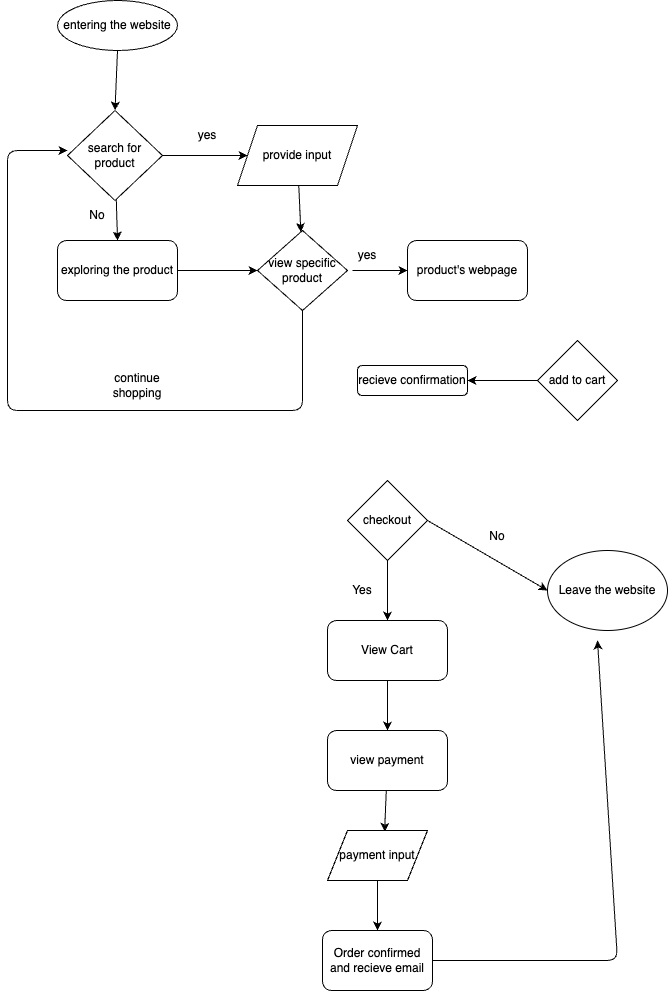
Earlier version of the draw.io export explore/diagramming/diagram.drawio.png (Mominahabibi19/sp24-cse110-lab4). Source tidied: cells renumbered, new cells last; positions are measured from the earlier drawing's top-left corner, leaving out a move shared by most shapes.
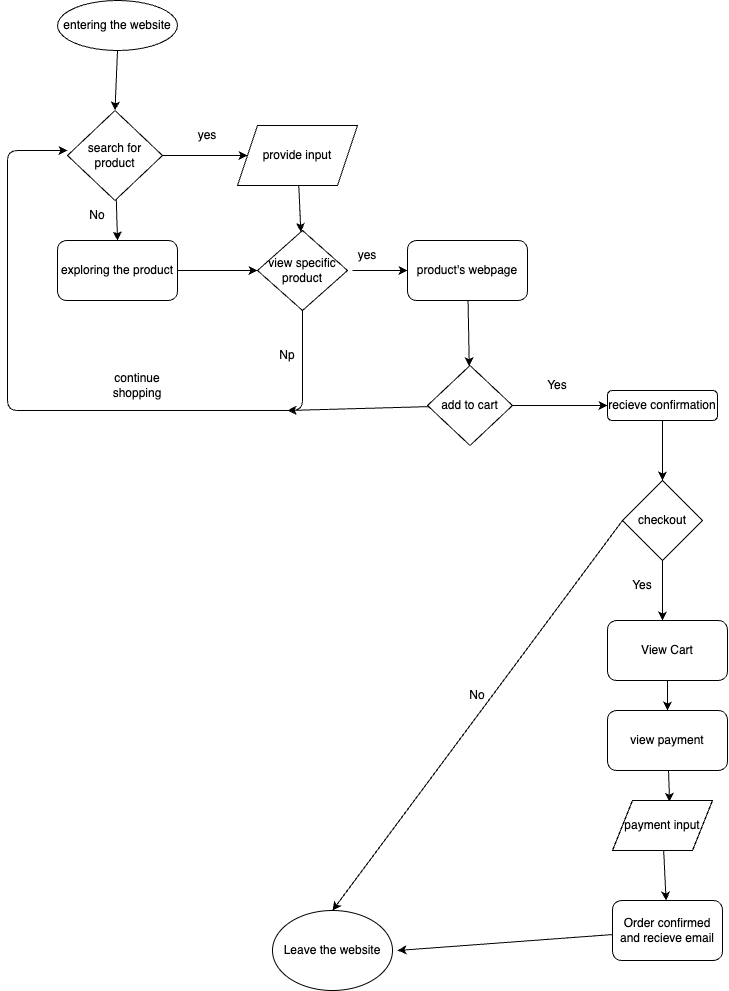
The same file after the commit.

Change to the diagram source:
```diff
@@ -57,8 +57,13 @@
     <mxCell id="16" style="edgeStyle=none;html=1;" parent="1" edge="1" source="17" target="20">
       <mxGeometry relative="1" as="geometry" />
     </mxCell>
+    <mxCell id="37" style="edgeStyle=none;html=1;" parent="1" edge="1" source="17">
+      <mxGeometry relative="1" as="geometry">
+        <mxPoint x="280" y="410" as="targetPoint" />
+      </mxGeometry>
+    </mxCell>
     <mxCell id="17" value="add to cart" style="rhombus;whiteSpace=wrap;html=1;" parent="1" vertex="1">
-      <mxGeometry x="530" y="340" width="80" height="80" as="geometry" />
+      <mxGeometry x="420" y="365" width="85" height="80" as="geometry" />
     </mxCell>
     <mxCell id="18" style="edgeStyle=none;html=1;exitX=0.25;exitY=1;exitDx=0;exitDy=0;" parent="1" edge="1" source="19">
       <mxGeometry relative="1" as="geometry">
@@ -68,61 +73,72 @@
     <mxCell id="19" value="yes" style="text;html=1;strokeColor=none;fillColor=none;align=center;verticalAlign=middle;whiteSpace=wrap;rounded=0;" parent="1" vertex="1">
       <mxGeometry x="330" y="240" width="60" height="30" as="geometry" />
     </mxCell>
+    <mxCell id="38" style="edgeStyle=none;html=1;entryX=0.5;entryY=0;entryDx=0;entryDy=0;" parent="1" edge="1" source="20" target="23">
+      <mxGeometry relative="1" as="geometry" />
+    </mxCell>
     <mxCell id="20" value="recieve confirmation" style="rounded=1;whiteSpace=wrap;html=1;" parent="1" vertex="1">
-      <mxGeometry x="350" y="365" width="110" height="30" as="geometry" />
+      <mxGeometry x="600" y="390" width="110" height="30" as="geometry" />
     </mxCell>
-    <mxCell id="21" style="edgeStyle=none;html=1;entryX=0.5;entryY=0;entryDx=0;entryDy=0;" parent="1" edge="1" source="23" target="26">
-      <mxGeometry relative="1" as="geometry" />
-    </mxCell>
+    <mxCell id="39" style="edgeStyle=none;html=1;" parent="1" edge="1" source="23">
+      <mxGeometry relative="1" as="geometry">
+        <mxPoint x="655" y="620" as="targetPoint" />
+      </mxGeometry>
+    </mxCell>
-    <mxCell id="22" style="edgeStyle=none;html=1;entryX=0;entryY=0.5;entryDx=0;entryDy=0;exitX=1;exitY=0.5;exitDx=0;exitDy=0;" parent="1" edge="1" source="23" target="24">
+    <mxCell id="22" style="edgeStyle=none;html=1;entryX=0.5;entryY=0;entryDx=0;entryDy=0;exitX=0;exitY=0.5;exitDx=0;exitDy=0;" parent="1" edge="1" source="23" target="24">
       <mxGeometry relative="1" as="geometry" />
     </mxCell>
     <mxCell id="23" value="checkout" style="rhombus;whiteSpace=wrap;html=1;" parent="1" vertex="1">
-      <mxGeometry x="340" y="480" width="80" height="80" as="geometry" />
+      <mxGeometry x="615" y="480" width="80" height="80" as="geometry" />
     </mxCell>
     <mxCell id="24" value="Leave the website" style="ellipse;whiteSpace=wrap;html=1;" parent="1" vertex="1">
-      <mxGeometry x="540" y="550" width="120" height="80" as="geometry" />
+      <mxGeometry x="265" y="910" width="120" height="80" as="geometry" />
     </mxCell>
     <mxCell id="25" style="edgeStyle=none;html=1;entryX=0.5;entryY=0;entryDx=0;entryDy=0;" parent="1" edge="1" source="26" target="28">
       <mxGeometry relative="1" as="geometry" />
     </mxCell>
     <mxCell id="26" value="View Cart" style="rounded=1;whiteSpace=wrap;html=1;" parent="1" vertex="1">
-      <mxGeometry x="320" y="620" width="120" height="60" as="geometry" />
+      <mxGeometry x="600" y="620" width="120" height="60" as="geometry" />
     </mxCell>
     <mxCell id="27" style="edgeStyle=none;html=1;entryX=0.571;entryY=0.025;entryDx=0;entryDy=0;entryPerimeter=0;" parent="1" edge="1" source="28" target="30">
       <mxGeometry relative="1" as="geometry" />
     </mxCell>
     <mxCell id="28" value="view payment" style="rounded=1;whiteSpace=wrap;html=1;" parent="1" vertex="1">
-      <mxGeometry x="320" y="730" width="120" height="60" as="geometry" />
+      <mxGeometry x="600" y="710" width="120" height="60" as="geometry" />
     </mxCell>
     <mxCell id="29" style="edgeStyle=none;html=1;" parent="1" edge="1" source="30" target="32">
       <mxGeometry relative="1" as="geometry" />
     </mxCell>
     <mxCell id="30" value="payment input" style="shape=parallelogram;perimeter=parallelogramPerimeter;whiteSpace=wrap;html=1;fixedSize=1;" parent="1" vertex="1">
-      <mxGeometry x="320" y="830" width="100" height="50" as="geometry" />
+      <mxGeometry x="605" y="800" width="100" height="50" as="geometry" />
     </mxCell>
-    <mxCell id="31" style="edgeStyle=none;html=1;" parent="1" edge="1" source="32">
-      <mxGeometry relative="1" as="geometry">
-        <mxPoint x="590" y="640" as="targetPoint" />
-        <Array as="points">
-          <mxPoint x="610" y="960" />
-        </Array>
-      </mxGeometry>
-    </mxCell>
+    <mxCell id="40" style="edgeStyle=none;html=1;" parent="1" edge="1" source="32">
+      <mxGeometry relative="1" as="geometry">
+        <mxPoint x="390" y="950" as="targetPoint" />
+      </mxGeometry>
+    </mxCell>
     <mxCell id="32" value="Order confirmed and recieve email" style="rounded=1;whiteSpace=wrap;html=1;" parent="1" vertex="1">
-      <mxGeometry x="315" y="930" width="110" height="60" as="geometry" />
+      <mxGeometry x="605" y="900" width="110" height="60" as="geometry" />
     </mxCell>
+    <mxCell id="41" style="edgeStyle=none;html=1;" parent="1" edge="1" source="33" target="17">
+      <mxGeometry relative="1" as="geometry" />
+    </mxCell>
     <mxCell id="33" value="product's webpage" style="rounded=1;whiteSpace=wrap;html=1;" parent="1" vertex="1">
       <mxGeometry x="400" y="240" width="120" height="60" as="geometry" />
     </mxCell>
     <mxCell id="34" value="continue shopping" style="text;html=1;strokeColor=none;fillColor=none;align=center;verticalAlign=middle;whiteSpace=wrap;rounded=0;" parent="1" vertex="1">
       <mxGeometry x="100" y="370" width="60" height="30" as="geometry" />
     </mxCell>
-    <mxCell id="35" value="Yes" style="text;html=1;strokeColor=none;fillColor=none;align=center;verticalAlign=middle;whiteSpace=wrap;rounded=0;" parent="1" vertex="1">
-      <mxGeometry x="325" y="575" width="60" height="30" as="geometry" />
-    </mxCell>
+    <mxCell id="42" value="Yes" style="text;html=1;strokeColor=none;fillColor=none;align=center;verticalAlign=middle;whiteSpace=wrap;rounded=0;" parent="1" vertex="1">
+      <mxGeometry x="520" y="370" width="60" height="30" as="geometry" />
+    </mxCell>
+    <mxCell id="43" value="Yes" style="text;html=1;strokeColor=none;fillColor=none;align=center;verticalAlign=middle;whiteSpace=wrap;rounded=0;" parent="1" vertex="1">
+      <mxGeometry x="605" y="570" width="60" height="30" as="geometry" />
+    </mxCell>
     <mxCell id="36" value="No" style="text;html=1;strokeColor=none;fillColor=none;align=center;verticalAlign=middle;whiteSpace=wrap;rounded=0;" parent="1" vertex="1">
-      <mxGeometry x="460" y="521" width="60" height="30" as="geometry" />
+      <mxGeometry x="440" y="680" width="60" height="30" as="geometry" />
     </mxCell>
+    <mxCell id="44" value="Np" style="text;html=1;strokeColor=none;fillColor=none;align=center;verticalAlign=middle;whiteSpace=wrap;rounded=0;" parent="1" vertex="1">
+      <mxGeometry x="250" y="340" width="60" height="30" as="geometry" />
+    </mxCell>
   </root>
 </mxGraphModel>
```
